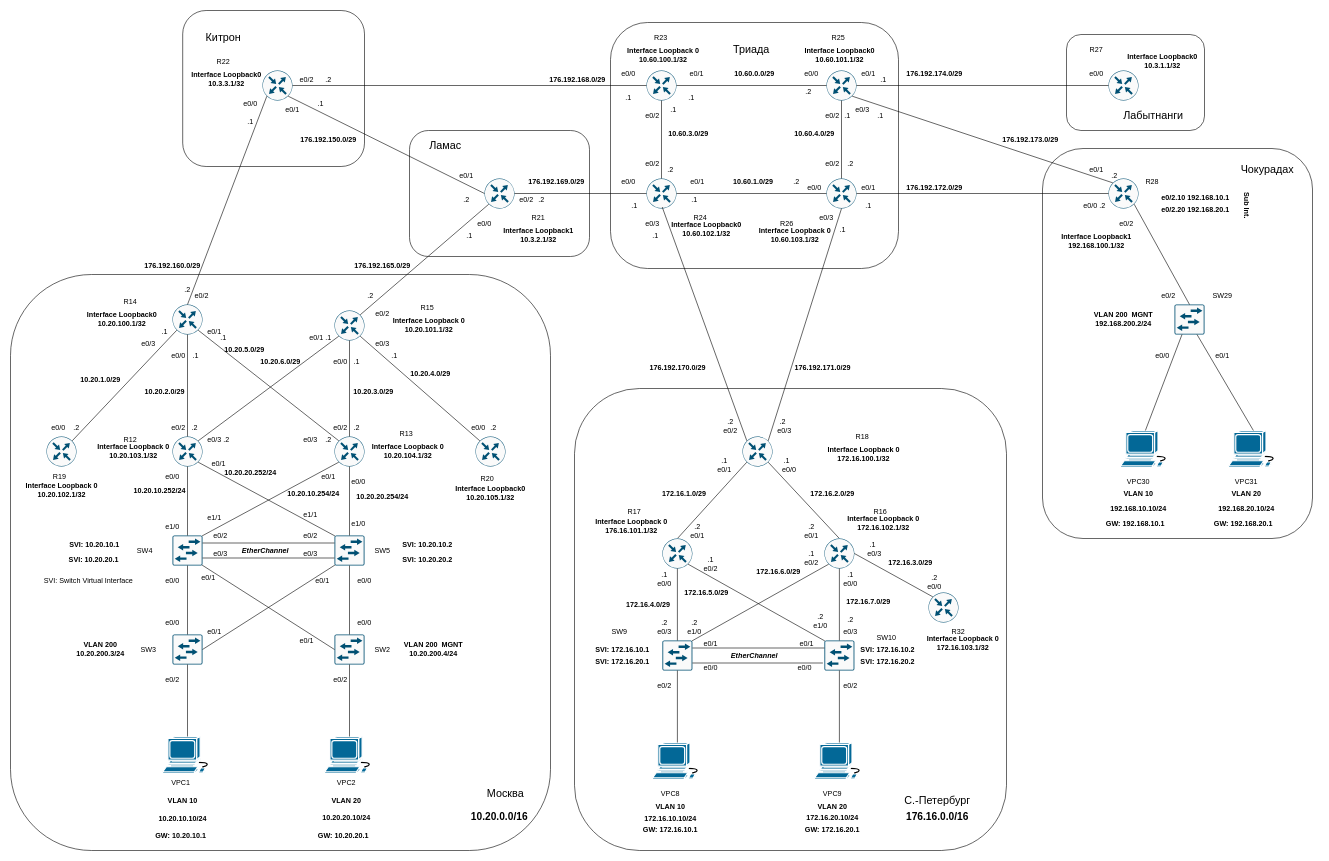
Before: page "Basic IP plan" (1 of 3) of Lab04.drawio in fueller-max/drawio, a draw.io diagram. Source tidied: cells renumbered, new cells numbered last; positions are measured from the earlier drawing's top-left corner, leaving out a move shared by most shapes. Both pictures are drawn from the tidied source at 60%, with x=0, y=0 at pixel (10, 10).
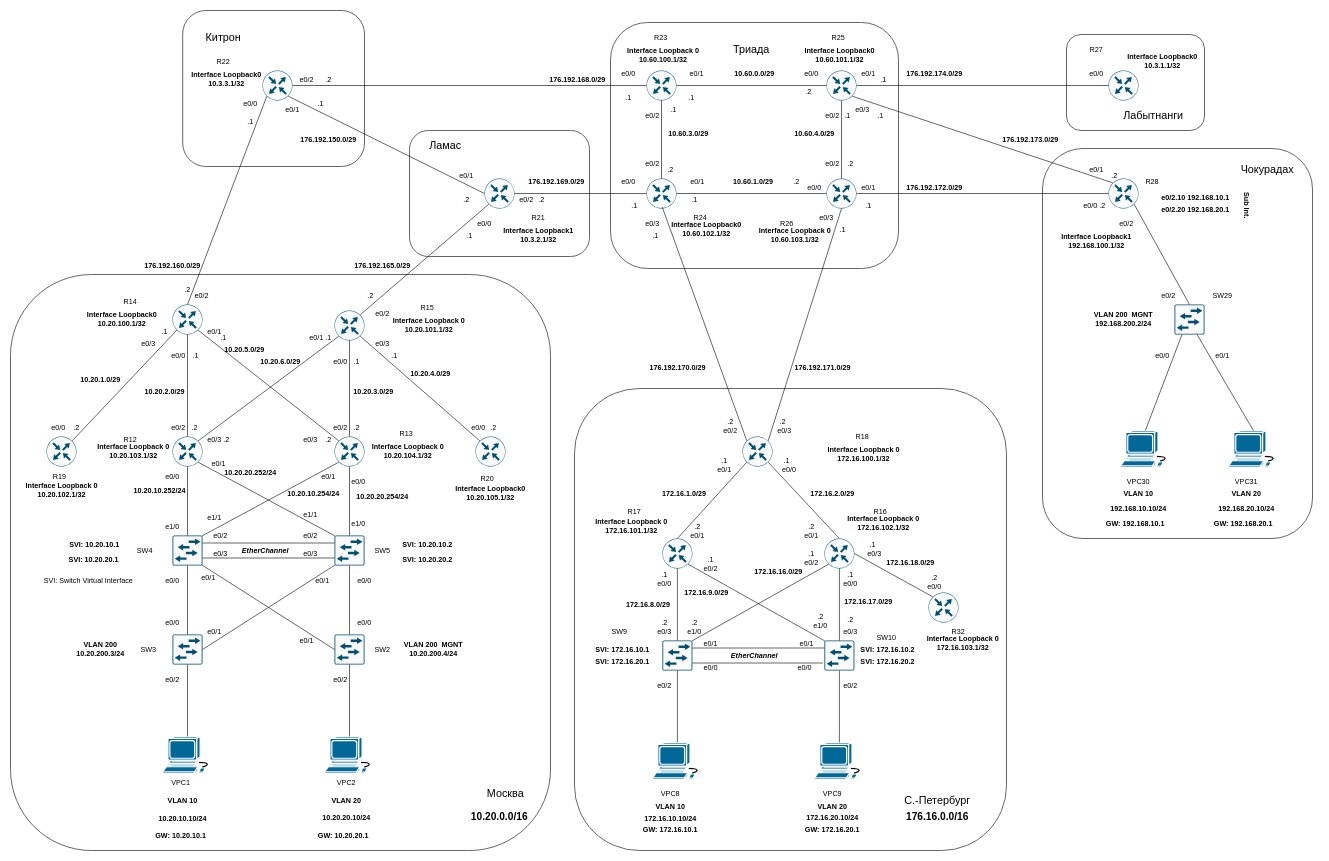
The same diagram, later.

The edit, as a diff of the source:
```diff
@@
-    <mxCell id="249" value="172.16.3.0/29" style="text;html=1;align=center;verticalAlign=middle;whiteSpace=wrap;rounded=0;fontStyle=1;" parent="1" vertex="1">
+    <mxCell id="249" value="172.16.18.0/29" style="text;html=1;align=center;verticalAlign=middle;whiteSpace=wrap;rounded=0;fontStyle=1;" parent="1" vertex="1">
       <mxGeometry x="1470" y="905" width="60" height="30" as="geometry" />
     </mxCell>
@@
-    <mxCell id="266" value="Interface Loopback 0&lt;div&gt;176.16.101.1/32&lt;/div&gt;" style="text;html=1;align=center;verticalAlign=middle;whiteSpace=wrap;rounded=0;fontStyle=1;" parent="1" vertex="1">
+    <mxCell id="266" value="Interface Loopback 0&lt;div&gt;172.16.101.1/32&lt;/div&gt;" style="text;html=1;align=center;verticalAlign=middle;whiteSpace=wrap;rounded=0;fontStyle=1;" parent="1" vertex="1">
       <mxGeometry x="970" y="845" width="130" height="30" as="geometry" />
     </mxCell>
@@
-    <mxCell id="309" value="172.16.4.0/29" style="text;html=1;align=center;verticalAlign=middle;whiteSpace=wrap;rounded=0;fontStyle=1;" parent="1" vertex="1">
+    <mxCell id="309" value="172.16.8.0/29" style="text;html=1;align=center;verticalAlign=middle;whiteSpace=wrap;rounded=0;fontStyle=1;" parent="1" vertex="1">
       <mxGeometry x="1033" y="975" width="60" height="30" as="geometry" />
     </mxCell>
-    <mxCell id="310" value="172.16.5.0&lt;span style=&quot;background-color: initial;&quot;&gt;/29&lt;/span&gt;" style="text;html=1;align=center;verticalAlign=middle;whiteSpace=wrap;rounded=0;fontStyle=1;" parent="1" vertex="1">
+    <mxCell id="310" value="172.16.9.0&lt;span style=&quot;background-color: initial;&quot;&gt;/29&lt;/span&gt;" style="text;html=1;align=center;verticalAlign=middle;whiteSpace=wrap;rounded=0;fontStyle=1;" parent="1" vertex="1">
       <mxGeometry x="1130" y="955" width="60" height="30" as="geometry" />
     </mxCell>
-    <mxCell id="311" value="172.16.7.0/29" style="text;html=1;align=center;verticalAlign=middle;whiteSpace=wrap;rounded=0;fontStyle=1;" parent="1" vertex="1">
+    <mxCell id="311" value="172.16.17.0/29" style="text;html=1;align=center;verticalAlign=middle;whiteSpace=wrap;rounded=0;fontStyle=1;" parent="1" vertex="1">
       <mxGeometry x="1400" y="970" width="60" height="30" as="geometry" />
     </mxCell>
-    <mxCell id="312" value="172.16.6.0/29" style="text;html=1;align=center;verticalAlign=middle;whiteSpace=wrap;rounded=0;fontStyle=1;" parent="1" vertex="1">
+    <mxCell id="312" value="172.16.16.0/29" style="text;html=1;align=center;verticalAlign=middle;whiteSpace=wrap;rounded=0;fontStyle=1;" parent="1" vertex="1">
       <mxGeometry x="1250" y="920" width="60" height="30" as="geometry" />
     </mxCell>
```
